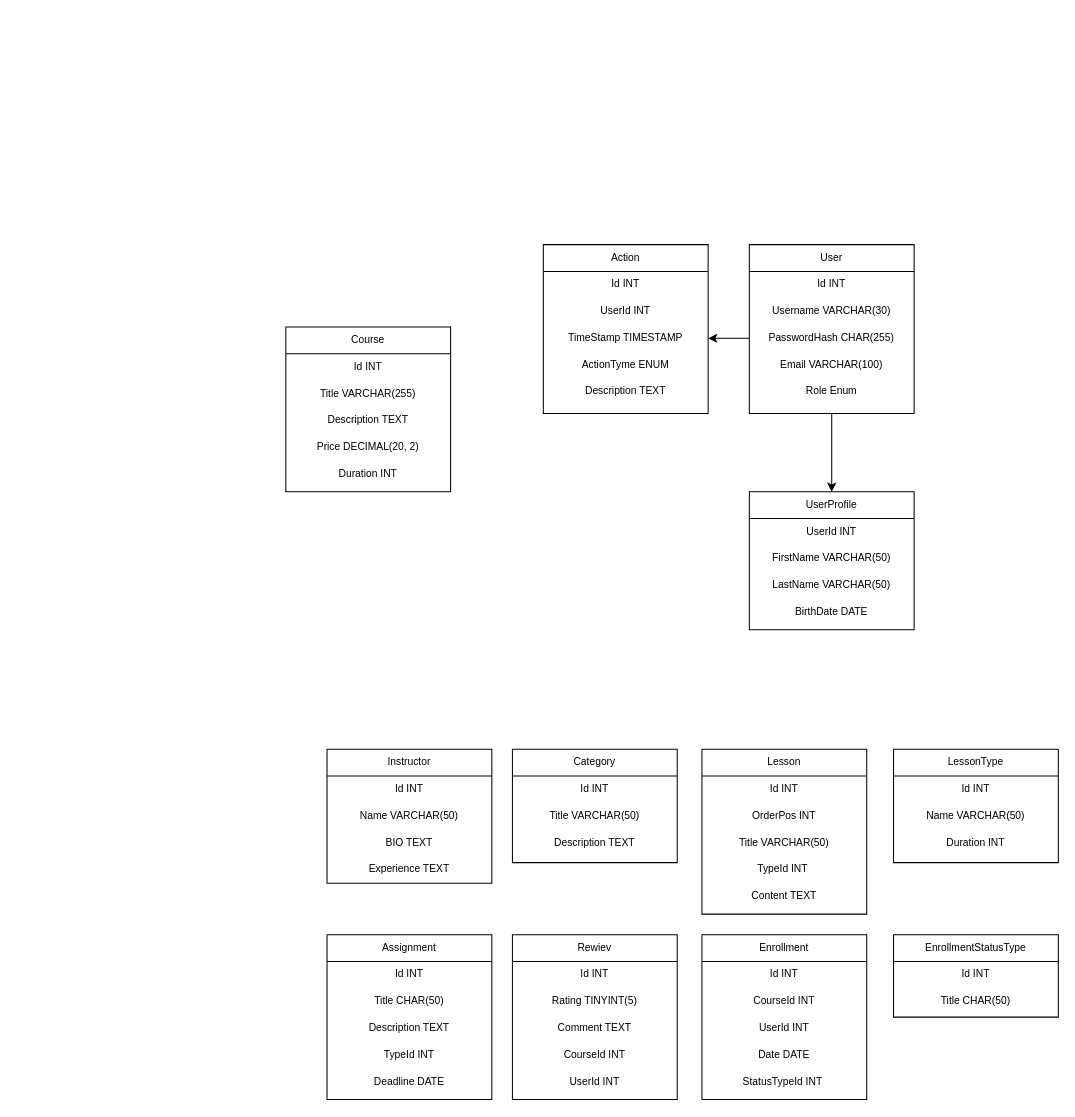
TheRinder2/DB keeps this draw.io diagram as DB.drawio. Above is the earlier version. Source tidied: cells renumbered, new cells numbered last; positions are measured from the earlier drawing's top-left corner, leaving out a move shared by most shapes. Both pictures are drawn from the tidied source at 103%, with x=0, y=0 at pixel (285, 244).
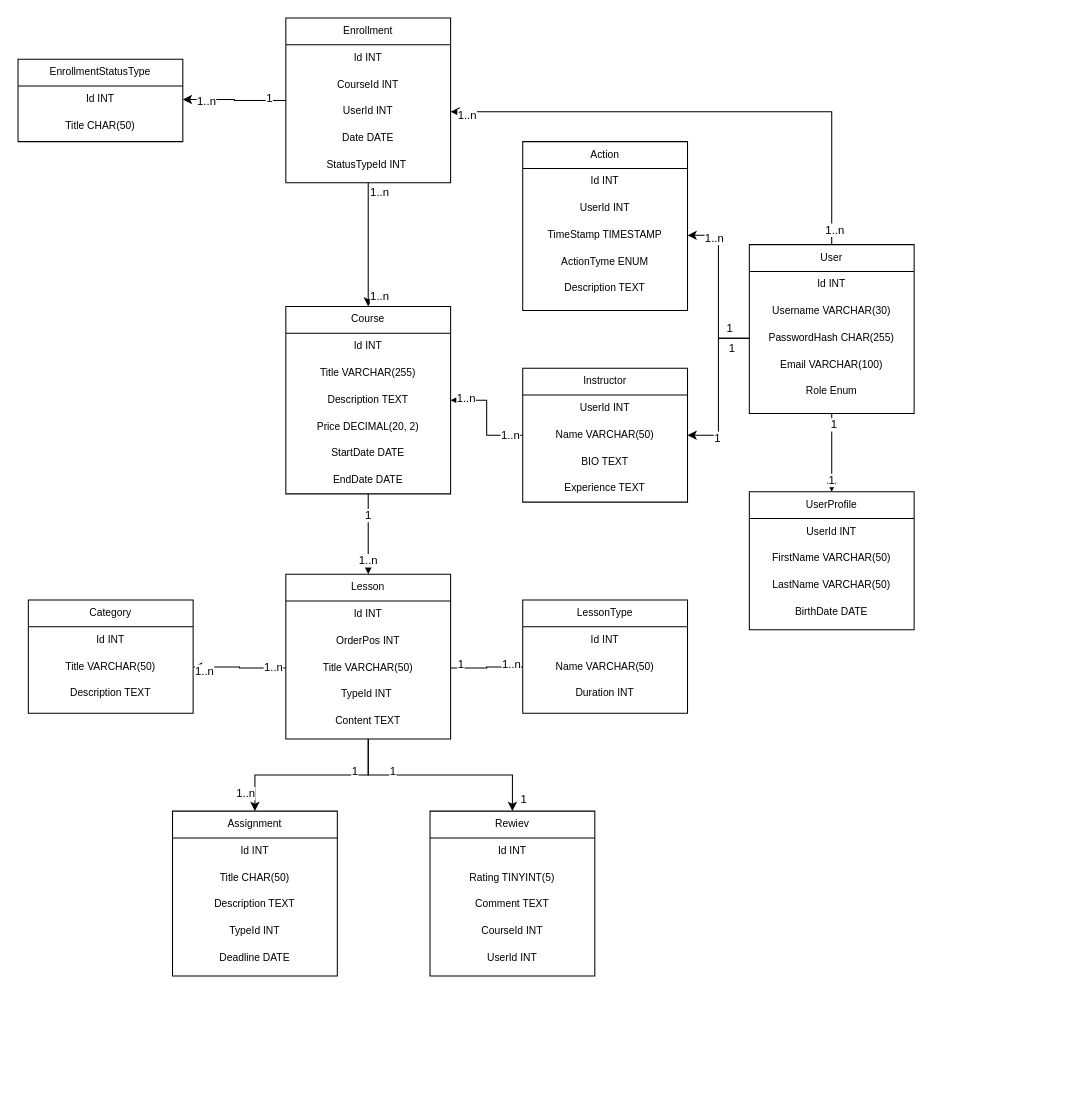
The same diagram, later.

Commit message (it also covers changes not shown here):
lab1 complited

Unchanged cells that the change refers to:
```xml
<mxCell id="2" style="edgeStyle=orthogonalEdgeStyle;rounded=0;jettySize=auto;html=1;exitX=0.5;exitY=1;exitDx=0;exitDy=0;entryX=0.5;entryY=0;entryDx=0;entryDy=0;" parent="1" edge="1" source="3" target="15">
  <mxGeometry relative="1" as="geometry" />
</mxCell>
<mxCell id="3" value="User" style="swimlane;fontStyle=0;align=center;verticalAlign=top;horizontal=1;startSize=26;rounded=0;shadow=0;strokeWidth=1;fontSize=10;labelBackgroundColor=none;" parent="1" vertex="1">
  <mxGeometry x="450" width="160" height="164" as="geometry" />
</mxCell>
<mxCell id="6" value="PasswordHash CHAR(255)" style="text;align=center;verticalAlign=top;spacingLeft=4;spacingRight=4;overflow=hidden;points=[[0,0.5],[1,0.5]];portConstraint=eastwest;rounded=0;shadow=0;html=0;fontSize=10;labelBackgroundColor=none;" parent="3" vertex="1">
  <mxGeometry y="78" width="160" height="26" as="geometry" />
</mxCell>
<mxCell id="12" value="Description TEXT" style="text;align=center;verticalAlign=top;spacingLeft=4;spacingRight=4;overflow=hidden;points=[[0,0.5],[1,0.5]];portConstraint=eastwest;rounded=0;shadow=0;html=0;fontSize=10;labelBackgroundColor=none;" parent="9" vertex="1">
  <mxGeometry y="78" width="160" height="26" as="geometry" />
</mxCell>
<mxCell id="22" value="Name VARCHAR(50)" style="text;align=center;verticalAlign=top;spacingLeft=4;spacingRight=4;overflow=hidden;points=[[0,0.5],[1,0.5]];portConstraint=eastwest;rounded=0;shadow=0;html=0;fontSize=10;labelBackgroundColor=none;" parent="20" vertex="1">
  <mxGeometry y="52" width="160" height="26" as="geometry" />
</mxCell>
<mxCell id="27" value="Title VARCHAR(50)" style="text;align=center;verticalAlign=top;spacingLeft=4;spacingRight=4;overflow=hidden;points=[[0,0.5],[1,0.5]];portConstraint=eastwest;rounded=0;shadow=0;html=0;fontSize=10;labelBackgroundColor=none;" parent="25" vertex="1">
  <mxGeometry y="52" width="160" height="26" as="geometry" />
</mxCell>
<mxCell id="32" value="Title VARCHAR(50)" style="text;align=center;verticalAlign=top;spacingLeft=4;spacingRight=4;overflow=hidden;points=[[0,0.5],[1,0.5]];portConstraint=eastwest;rounded=0;shadow=0;html=0;fontSize=10;labelBackgroundColor=none;" parent="29" vertex="1">
  <mxGeometry y="78" width="160" height="26" as="geometry" />
</mxCell>
<mxCell id="37" value="Name VARCHAR(50)" style="text;align=center;verticalAlign=top;spacingLeft=4;spacingRight=4;overflow=hidden;points=[[0,0.5],[1,0.5]];portConstraint=eastwest;rounded=0;shadow=0;html=0;fontSize=10;labelBackgroundColor=none;" parent="35" vertex="1">
  <mxGeometry y="52" width="160" height="26" as="geometry" />
</mxCell>
<mxCell id="54" value="UserId INT" style="text;align=center;verticalAlign=top;spacingLeft=4;spacingRight=4;overflow=hidden;points=[[0,0.5],[1,0.5]];portConstraint=eastwest;rounded=0;shadow=0;html=0;fontSize=10;labelBackgroundColor=none;" parent="51" vertex="1">
  <mxGeometry y="78" width="160" height="26" as="geometry" />
</mxCell>
<mxCell id="58" value="Id INT" style="text;align=center;verticalAlign=top;spacingLeft=4;spacingRight=4;overflow=hidden;points=[[0,0.5],[1,0.5]];portConstraint=eastwest;fontSize=10;labelBackgroundColor=none;" parent="57" vertex="1">
  <mxGeometry y="26" width="160" height="26" as="geometry" />
</mxCell>
<mxCell id="66" style="edgeStyle=orthogonalEdgeStyle;rounded=0;jettySize=auto;html=1;exitX=0;exitY=0.5;exitDx=0;exitDy=0;entryX=1;entryY=0.5;entryDx=0;entryDy=0;" parent="1" edge="1" source="6" target="63">
  <mxGeometry relative="1" as="geometry" />
</mxCell>
```

The edit, as a diff of the source:
```diff
@@
+    <mxCell id="67" value="1" style="edgeLabel;html=1;align=center;verticalAlign=middle;" parent="2" vertex="1">
+      <mxGeometry x="-0.75" y="1" relative="1" as="geometry" />
+    </mxCell>
+    <mxCell id="68" value="1" style="edgeLabel;html=1;align=center;verticalAlign=middle;" parent="2" vertex="1">
+      <mxGeometry x="0.69" y="-1" relative="1" as="geometry" />
+    </mxCell>
+    <mxCell id="69" style="edgeStyle=orthogonalEdgeStyle;rounded=0;jettySize=auto;html=1;exitX=0.5;exitY=0;exitDx=0;exitDy=0;entryX=1;entryY=0.5;entryDx=0;entryDy=0;" parent="1" edge="1" source="3" target="54">
+      <mxGeometry relative="1" as="geometry" />
+    </mxCell>
+    <mxCell id="70" value="1..n" style="edgeLabel;html=1;align=center;verticalAlign=middle;" parent="69" vertex="1">
+      <mxGeometry x="-0.94" y="-2" relative="1" as="geometry" />
+    </mxCell>
+    <mxCell id="71" value="1..n" style="edgeLabel;html=1;align=center;verticalAlign=middle;" parent="69" vertex="1">
+      <mxGeometry x="0.94" y="3" relative="1" as="geometry" />
+    </mxCell>
@@
+    <mxCell id="72" style="edgeStyle=orthogonalEdgeStyle;rounded=0;jettySize=auto;html=1;exitX=0.5;exitY=1;exitDx=0;exitDy=0;entryX=0.5;entryY=0;entryDx=0;entryDy=0;" parent="1" edge="1" source="9" target="29">
+      <mxGeometry relative="1" as="geometry" />
+    </mxCell>
+    <mxCell id="73" value="1" style="edgeLabel;html=1;align=center;verticalAlign=middle;" parent="72" vertex="1">
+      <mxGeometry x="-0.49" y="-1" relative="1" as="geometry" />
+    </mxCell>
+    <mxCell id="74" value="1..n" style="edgeLabel;html=1;align=center;verticalAlign=middle;" parent="72" vertex="1">
+      <mxGeometry x="0.65" y="-1" relative="1" as="geometry" />
+    </mxCell>
     <mxCell id="9" value="Course" style="swimlane;fontStyle=0;align=center;verticalAlign=top;horizontal=1;startSize=26;rounded=0;shadow=0;strokeWidth=1;fontSize=10;labelBackgroundColor=none;" parent="1" vertex="1">
-      <mxGeometry y="80" width="160" height="160" as="geometry" />
+      <mxGeometry y="60" width="160" height="182" as="geometry" />
     </mxCell>
@@
-    <mxCell id="14" value="Duration INT" style="text;align=center;verticalAlign=top;spacingLeft=4;spacingRight=4;overflow=hidden;rounded=0;shadow=0;html=0;fontSize=10;labelBackgroundColor=none;" parent="9" vertex="1">
+    <mxCell id="14" value="StartDate DATE" style="text;align=center;verticalAlign=top;spacingLeft=4;spacingRight=4;overflow=hidden;rounded=0;shadow=0;html=0;fontSize=10;labelBackgroundColor=none;" parent="9" vertex="1">
       <mxGeometry y="130" width="160" height="26" as="geometry" />
     </mxCell>
+    <mxCell id="75" value="EndDate DATE" style="text;align=center;verticalAlign=top;spacingLeft=4;spacingRight=4;overflow=hidden;rounded=0;shadow=0;html=0;fontSize=10;labelBackgroundColor=none;" parent="9" vertex="1">
+      <mxGeometry y="156" width="160" height="26" as="geometry" />
+    </mxCell>
@@
+    <mxCell id="76" style="edgeStyle=orthogonalEdgeStyle;rounded=0;jettySize=auto;html=1;entryX=1;entryY=0.5;entryDx=0;entryDy=0;" parent="1" edge="1" source="20" target="12">
+      <mxGeometry relative="1" as="geometry" />
+    </mxCell>
+    <mxCell id="77" value="1..n" style="edgeLabel;html=1;align=center;verticalAlign=middle;" parent="76" vertex="1">
+      <mxGeometry x="-0.75" y="-1" relative="1" as="geometry" />
+    </mxCell>
+    <mxCell id="78" value="1..n" style="edgeLabel;html=1;align=center;verticalAlign=middle;" parent="76" vertex="1">
+      <mxGeometry x="0.74" y="-3" relative="1" as="geometry" />
+    </mxCell>
     <mxCell id="20" value="Instructor" style="swimlane;fontStyle=0;align=center;verticalAlign=top;horizontal=1;startSize=26;rounded=0;shadow=0;strokeWidth=1;fontSize=10;labelBackgroundColor=none;" parent="1" vertex="1">
-      <mxGeometry x="40" y="490" width="160" height="130" as="geometry" />
+      <mxGeometry x="230" y="120" width="160" height="130" as="geometry" />
     </mxCell>
-    <mxCell id="21" value="Id INT" style="text;align=center;verticalAlign=top;spacingLeft=4;spacingRight=4;overflow=hidden;fontSize=10;labelBackgroundColor=none;" parent="20" vertex="1">
+    <mxCell id="21" value="UserId INT" style="text;align=center;verticalAlign=top;spacingLeft=4;spacingRight=4;overflow=hidden;fontSize=10;labelBackgroundColor=none;" parent="20" vertex="1">
       <mxGeometry y="26" width="160" height="26" as="geometry" />
     </mxCell>
@@
     <mxCell id="25" value="Category" style="swimlane;fontStyle=0;align=center;verticalAlign=top;horizontal=1;startSize=26;rounded=0;shadow=0;strokeWidth=1;fontSize=10;labelBackgroundColor=none;" parent="1" vertex="1">
-      <mxGeometry x="220" y="490" width="160" height="110" as="geometry" />
+      <mxGeometry x="-250" y="345" width="160" height="110" as="geometry" />
     </mxCell>
@@
+    <mxCell id="79" style="edgeStyle=orthogonalEdgeStyle;rounded=0;jettySize=auto;html=1;entryX=0.5;entryY=0;entryDx=0;entryDy=0;" parent="1" edge="1" source="29" target="39">
+      <mxGeometry relative="1" as="geometry" />
+    </mxCell>
+    <mxCell id="80" value="1" style="edgeLabel;html=1;align=center;verticalAlign=middle;" parent="79" vertex="1">
+      <mxGeometry x="-0.46" y="1" relative="1" as="geometry">
+        <mxPoint y="-6" as="offset" />
+      </mxGeometry>
+    </mxCell>
+    <mxCell id="81" value="1..n" style="edgeLabel;html=1;align=center;verticalAlign=middle;" parent="79" vertex="1">
+      <mxGeometry x="0.8" y="-1" relative="1" as="geometry">
+        <mxPoint x="-9" as="offset" />
+      </mxGeometry>
+    </mxCell>
+    <mxCell id="82" style="edgeStyle=orthogonalEdgeStyle;rounded=0;jettySize=auto;html=1;entryX=0.5;entryY=0;entryDx=0;entryDy=0;" parent="1" edge="1" source="29" target="45">
+      <mxGeometry relative="1" as="geometry" />
+    </mxCell>
+    <mxCell id="83" value="1" style="edgeLabel;html=1;align=center;verticalAlign=middle;" parent="82" vertex="1">
+      <mxGeometry x="0.89" y="-1" relative="1" as="geometry">
+        <mxPoint x="11" as="offset" />
+      </mxGeometry>
+    </mxCell>
+    <mxCell id="84" value="1" style="edgeLabel;html=1;align=center;verticalAlign=middle;" parent="82" vertex="1">
+      <mxGeometry x="-0.45" y="1" relative="1" as="geometry">
+        <mxPoint y="-4" as="offset" />
+      </mxGeometry>
+    </mxCell>
     <mxCell id="29" value="Lesson" style="swimlane;fontStyle=0;align=center;verticalAlign=top;horizontal=1;startSize=26;rounded=0;shadow=0;strokeWidth=1;fontSize=10;labelBackgroundColor=none;" parent="1" vertex="1">
-      <mxGeometry x="404" y="490" width="160" height="160" as="geometry" />
+      <mxGeometry y="320" width="160" height="160" as="geometry" />
     </mxCell>
@@
     <mxCell id="35" value="LessonType" style="swimlane;fontStyle=0;align=center;verticalAlign=top;horizontal=1;startSize=26;rounded=0;shadow=0;strokeWidth=1;fontSize=10;labelBackgroundColor=none;" parent="1" vertex="1">
-      <mxGeometry x="590" y="490" width="160" height="110" as="geometry" />
+      <mxGeometry x="230" y="345" width="160" height="110" as="geometry" />
     </mxCell>
@@
     <mxCell id="39" value="Assignment" style="swimlane;fontStyle=0;align=center;verticalAlign=top;horizontal=1;startSize=26;rounded=0;shadow=0;strokeWidth=1;fontSize=10;labelBackgroundColor=none;" parent="1" vertex="1">
-      <mxGeometry x="40" y="670" width="160" height="160" as="geometry" />
+      <mxGeometry x="-110" y="550" width="160" height="160" as="geometry" />
     </mxCell>
@@
     <mxCell id="45" value="Rewiev" style="swimlane;fontStyle=0;align=center;verticalAlign=top;horizontal=1;startSize=26;rounded=0;shadow=0;strokeWidth=1;fontSize=10;labelBackgroundColor=none;" parent="1" vertex="1">
-      <mxGeometry x="220" y="670" width="160" height="160" as="geometry" />
+      <mxGeometry x="140" y="550" width="160" height="160" as="geometry" />
     </mxCell>
@@
+    <mxCell id="85" style="edgeStyle=orthogonalEdgeStyle;rounded=0;jettySize=auto;html=1;entryX=1;entryY=0.5;entryDx=0;entryDy=0;" parent="1" edge="1" source="51" target="58">
+      <mxGeometry relative="1" as="geometry" />
+    </mxCell>
+    <mxCell id="86" value="1" style="edgeLabel;html=1;align=center;verticalAlign=middle;" parent="85" vertex="1">
+      <mxGeometry x="-0.65" y="-3" relative="1" as="geometry">
+        <mxPoint x="1" as="offset" />
+      </mxGeometry>
+    </mxCell>
+    <mxCell id="87" value="1..n" style="edgeLabel;html=1;align=center;verticalAlign=middle;" parent="85" vertex="1">
+      <mxGeometry x="0.75" y="-3" relative="1" as="geometry">
+        <mxPoint x="9" y="4" as="offset" />
+      </mxGeometry>
+    </mxCell>
+    <mxCell id="88" style="edgeStyle=orthogonalEdgeStyle;rounded=0;jettySize=auto;html=1;entryX=0.5;entryY=0;entryDx=0;entryDy=0;" parent="1" edge="1" source="51" target="9">
+      <mxGeometry relative="1" as="geometry" />
+    </mxCell>
+    <mxCell id="89" value="1..n" style="edgeLabel;html=1;align=center;verticalAlign=middle;" parent="88" vertex="1">
+      <mxGeometry x="-0.86" y="3" relative="1" as="geometry">
+        <mxPoint x="7" as="offset" />
+      </mxGeometry>
+    </mxCell>
+    <mxCell id="90" value="1..n" style="edgeLabel;html=1;align=center;verticalAlign=middle;" parent="88" vertex="1">
+      <mxGeometry x="0.82" y="-1" relative="1" as="geometry">
+        <mxPoint x="11" as="offset" />
+      </mxGeometry>
+    </mxCell>
     <mxCell id="51" value="Enrollment" style="swimlane;fontStyle=0;align=center;verticalAlign=top;horizontal=1;startSize=26;rounded=0;shadow=0;strokeWidth=1;fontSize=10;labelBackgroundColor=none;" parent="1" vertex="1">
-      <mxGeometry x="404" y="670" width="160" height="160" as="geometry" />
+      <mxGeometry y="-220" width="160" height="160" as="geometry" />
     </mxCell>
@@
     <mxCell id="57" value="EnrollmentStatusType" style="swimlane;fontStyle=0;align=center;verticalAlign=top;horizontal=1;startSize=26;rounded=0;shadow=0;strokeWidth=1;fontSize=10;labelBackgroundColor=none;" parent="1" vertex="1">
-      <mxGeometry x="590" y="670" width="160" height="80" as="geometry" />
+      <mxGeometry x="-260" y="-180" width="160" height="80" as="geometry" />
     </mxCell>
@@
     <mxCell id="60" value="Action" style="swimlane;fontStyle=0;align=center;verticalAlign=top;horizontal=1;startSize=26;rounded=0;shadow=0;strokeWidth=1;fontSize=10;labelBackgroundColor=none;" parent="1" vertex="1">
-      <mxGeometry x="250" width="160" height="164" as="geometry" />
+      <mxGeometry x="230" y="-100" width="160" height="164" as="geometry" />
     </mxCell>
@@
+    <mxCell id="91" value="1" style="edgeLabel;html=1;align=center;verticalAlign=middle;" parent="66" vertex="1">
+      <mxGeometry x="-0.75" y="-3" relative="1" as="geometry">
+        <mxPoint y="-8" as="offset" />
+      </mxGeometry>
+    </mxCell>
+    <mxCell id="92" value="1..n" style="edgeLabel;html=1;align=center;verticalAlign=middle;" parent="66" vertex="1">
+      <mxGeometry x="0.69" y="2" relative="1" as="geometry" />
+    </mxCell>
+    <mxCell id="93" style="edgeStyle=orthogonalEdgeStyle;rounded=0;jettySize=auto;html=1;exitX=1;exitY=0.5;exitDx=0;exitDy=0;entryX=0;entryY=0.5;entryDx=0;entryDy=0;" parent="1" edge="1" source="32" target="37">
+      <mxGeometry relative="1" as="geometry" />
+    </mxCell>
+    <mxCell id="94" value="1" style="edgeLabel;html=1;align=center;verticalAlign=middle;" parent="93" vertex="1">
+      <mxGeometry x="-0.62" y="4" relative="1" as="geometry">
+        <mxPoint x="-4" as="offset" />
+      </mxGeometry>
+    </mxCell>
+    <mxCell id="95" value="1..n" style="edgeLabel;html=1;align=center;verticalAlign=middle;" parent="93" vertex="1">
+      <mxGeometry x="0.66" y="3" relative="1" as="geometry" />
+    </mxCell>
+    <mxCell id="96" style="edgeStyle=orthogonalEdgeStyle;rounded=0;jettySize=auto;html=1;exitX=0;exitY=0.5;exitDx=0;exitDy=0;entryX=1;entryY=0.5;entryDx=0;entryDy=0;" parent="1" edge="1" source="32" target="27">
+      <mxGeometry relative="1" as="geometry" />
+    </mxCell>
+    <mxCell id="97" value="1..n" style="edgeLabel;html=1;align=center;verticalAlign=middle;" parent="96" vertex="1">
+      <mxGeometry x="-0.71" y="-2" relative="1" as="geometry" />
+    </mxCell>
+    <mxCell id="98" value="1..n" style="edgeLabel;html=1;align=center;verticalAlign=middle;" parent="96" vertex="1">
+      <mxGeometry x="0.79" y="3" relative="1" as="geometry" />
+    </mxCell>
+    <mxCell id="99" style="edgeStyle=orthogonalEdgeStyle;rounded=0;jettySize=auto;html=1;exitX=0;exitY=0.5;exitDx=0;exitDy=0;entryX=1;entryY=0.5;entryDx=0;entryDy=0;" parent="1" edge="1" source="6" target="22">
+      <mxGeometry relative="1" as="geometry" />
+    </mxCell>
+    <mxCell id="100" value="1" style="edgeLabel;html=1;align=center;verticalAlign=middle;" parent="99" vertex="1">
+      <mxGeometry x="-0.76" y="3" relative="1" as="geometry">
+        <mxPoint y="6" as="offset" />
+      </mxGeometry>
+    </mxCell>
+    <mxCell id="101" value="1" style="edgeLabel;html=1;align=center;verticalAlign=middle;" parent="99" vertex="1">
+      <mxGeometry x="0.64" y="2" relative="1" as="geometry" />
+    </mxCell>
```
